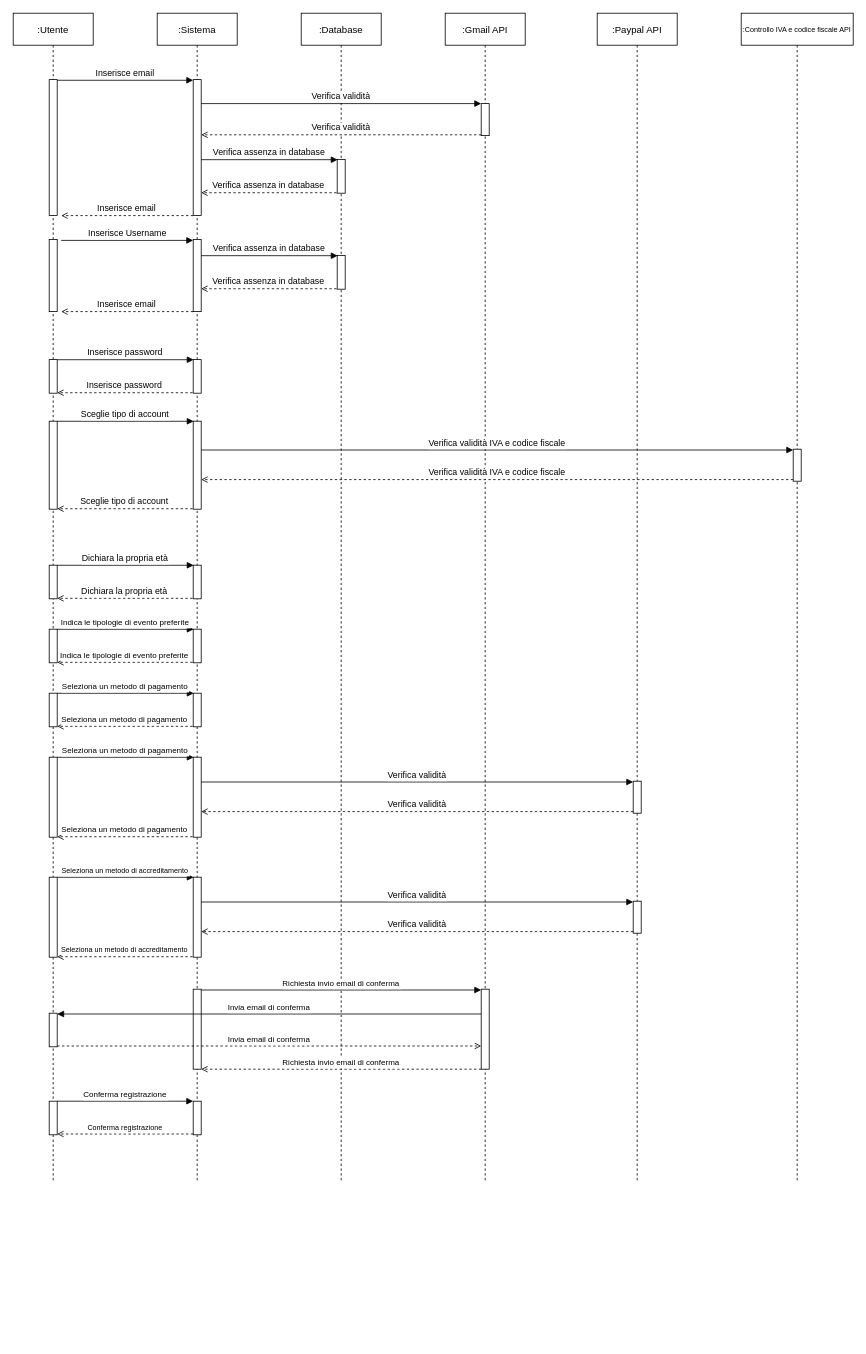
Earlier version of the draw.io diagram Sequence/RF2_Registrazione/Registrazione.drawio (4spot-team/documentation). Source tidied: cells renumbered, new cells numbered last; positions are measured from the earlier drawing's top-left corner, leaving out a move shared by most shapes. Both pictures are drawn from the tidied source at 80%, with x=0, y=0 at pixel (13, 13).
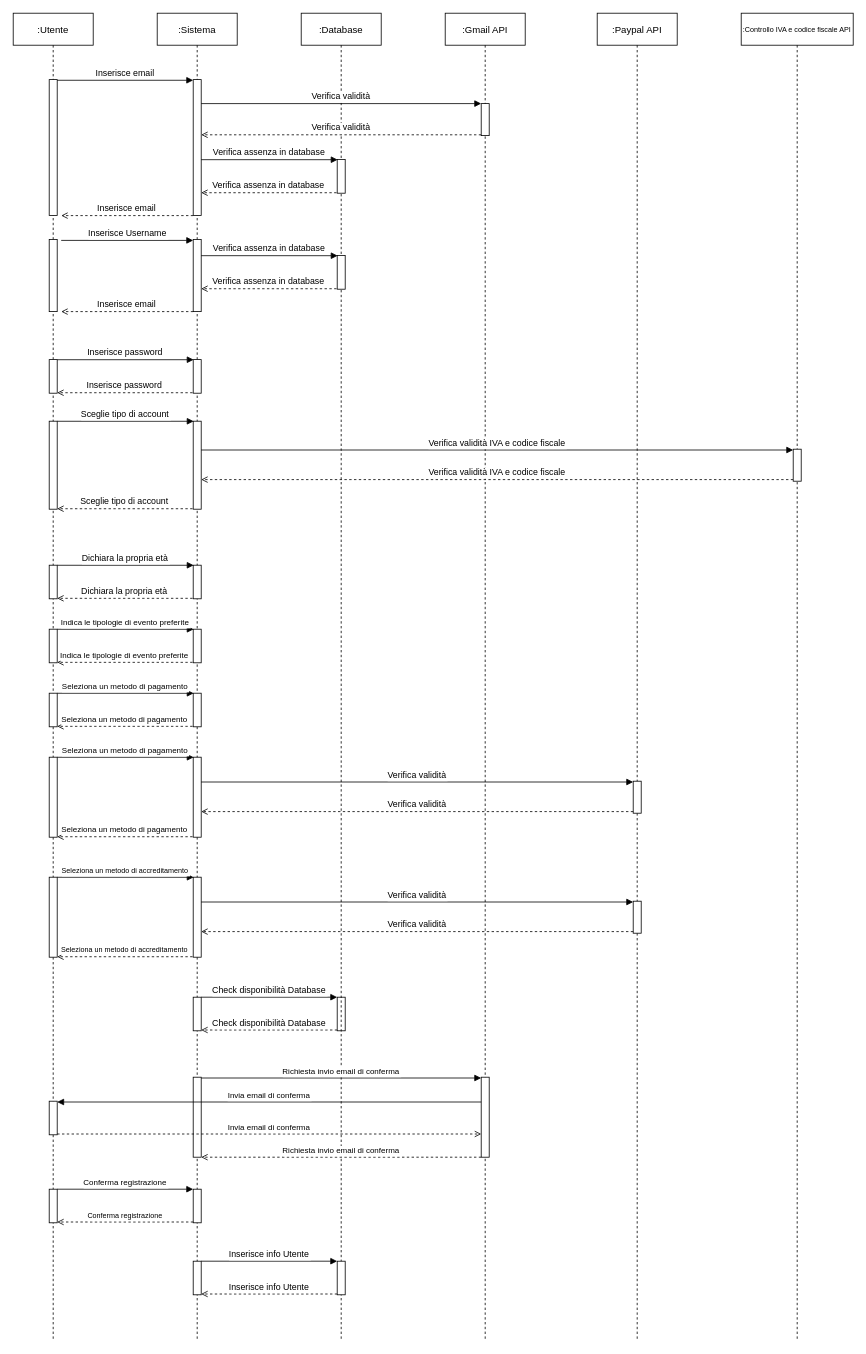
Above is the later version.

Commit message (it also covers changes not shown here):
Add Cambio Password and some adjustments.

What changed in the source:
```diff
@@
     <mxCell id="2" value=":Utente" style="shape=umlLifeline;perimeter=lifelinePerimeter;rounded=0;shadow=0;strokeWidth=1;" parent="1" vertex="1">
-      <mxGeometry width="100" height="1460" as="geometry" />
+      <mxGeometry width="100" height="1660" as="geometry" />
     </mxCell>
@@
     <mxCell id="24" style="perimeter=orthogonalPerimeter;rounded=0;shadow=0;strokeWidth=1;" parent="2" vertex="1">
-      <mxGeometry x="45" y="1250" width="10" height="42" as="geometry" />
+      <mxGeometry x="45" y="1360" width="10" height="42" as="geometry" />
     </mxCell>
     <mxCell id="25" style="perimeter=orthogonalPerimeter;rounded=0;shadow=0;strokeWidth=1;" parent="2" vertex="1">
-      <mxGeometry x="45" y="1360" width="10" height="42" as="geometry" />
+      <mxGeometry x="45" y="1470" width="10" height="42" as="geometry" />
     </mxCell>
     <mxCell id="26" value=":Sistema" style="shape=umlLifeline;perimeter=lifelinePerimeter;rounded=0;shadow=0;strokeWidth=1;" parent="1" vertex="1">
-      <mxGeometry x="180" width="100" height="1460" as="geometry" />
+      <mxGeometry x="180" width="100" height="1660" as="geometry" />
     </mxCell>
@@
     <mxCell id="36" style="perimeter=orthogonalPerimeter;rounded=0;shadow=0;strokeWidth=1;" parent="26" vertex="1">
-      <mxGeometry x="45" y="1220" width="10" height="100" as="geometry" />
+      <mxGeometry x="45" y="1330" width="10" height="100" as="geometry" />
     </mxCell>
     <mxCell id="37" style="perimeter=orthogonalPerimeter;rounded=0;shadow=0;strokeWidth=1;" parent="26" vertex="1">
-      <mxGeometry x="45" y="1360" width="10" height="42" as="geometry" />
+      <mxGeometry x="45" y="1470" width="10" height="42" as="geometry" />
     </mxCell>
+    <mxCell id="73" style="perimeter=orthogonalPerimeter;rounded=0;shadow=0;strokeWidth=1;" parent="26" vertex="1">
+      <mxGeometry x="45" y="1560" width="10" height="42" as="geometry" />
+    </mxCell>
+    <mxCell id="74" value="Inserisce info Utente" style="verticalAlign=bottom;endArrow=block;shadow=0;strokeWidth=1;fontSize=11;" parent="26" edge="1">
+      <mxGeometry relative="1" as="geometry">
+        <mxPoint x="55" y="1560" as="sourcePoint" />
+        <mxPoint x="225" y="1560" as="targetPoint" />
+      </mxGeometry>
+    </mxCell>
+    <mxCell id="75" value="Inserisce info Utente" style="verticalAlign=bottom;endArrow=open;shadow=0;strokeWidth=1;endFill=0;dashed=1;fontSize=11;" parent="26" edge="1">
+      <mxGeometry relative="1" as="geometry">
+        <mxPoint x="225" y="1601" as="sourcePoint" />
+        <mxPoint x="55" y="1601" as="targetPoint" />
+      </mxGeometry>
+    </mxCell>
+    <mxCell id="76" style="perimeter=orthogonalPerimeter;rounded=0;shadow=0;strokeWidth=1;" parent="26" vertex="1">
+      <mxGeometry x="45" y="1230" width="10" height="42" as="geometry" />
+    </mxCell>
+    <mxCell id="77" value="Check disponibilità Database" style="verticalAlign=bottom;endArrow=block;shadow=0;strokeWidth=1;fontSize=11;" parent="26" edge="1">
+      <mxGeometry relative="1" as="geometry">
+        <mxPoint x="55" y="1230" as="sourcePoint" />
+        <mxPoint x="225" y="1230" as="targetPoint" />
+      </mxGeometry>
+    </mxCell>
+    <mxCell id="78" value="Check disponibilità Database" style="verticalAlign=bottom;endArrow=open;shadow=0;strokeWidth=1;endFill=0;dashed=1;fontSize=11;" parent="26" edge="1">
+      <mxGeometry relative="1" as="geometry">
+        <mxPoint x="225" y="1271" as="sourcePoint" />
+        <mxPoint x="55" y="1271" as="targetPoint" />
+      </mxGeometry>
+    </mxCell>
+    <mxCell id="79" style="perimeter=orthogonalPerimeter;rounded=0;shadow=0;strokeWidth=1;" parent="26" vertex="1">
+      <mxGeometry x="225" y="1230" width="10" height="42" as="geometry" />
+    </mxCell>
     <mxCell id="38" value=":Database" style="shape=umlLifeline;perimeter=lifelinePerimeter;rounded=0;shadow=0;strokeWidth=1;" parent="1" vertex="1">
-      <mxGeometry x="360" width="100" height="1460" as="geometry" />
+      <mxGeometry x="360" width="100" height="1660" as="geometry" />
     </mxCell>
@@
+    <mxCell id="80" style="perimeter=orthogonalPerimeter;rounded=0;shadow=0;strokeWidth=1;" parent="38" vertex="1">
+      <mxGeometry x="45" y="1560" width="10" height="42" as="geometry" />
+    </mxCell>
     <mxCell id="43" value=":Gmail API" style="shape=umlLifeline;perimeter=lifelinePerimeter;rounded=0;shadow=0;strokeWidth=1;" parent="1" vertex="1">
-      <mxGeometry x="540" width="100" height="1460" as="geometry" />
+      <mxGeometry x="540" width="100" height="1660" as="geometry" />
     </mxCell>
@@
     <mxCell id="46" style="points=[];perimeter=orthogonalPerimeter;rounded=0;shadow=0;strokeWidth=1;" parent="43" vertex="1">
-      <mxGeometry x="45" y="1220" width="10" height="100" as="geometry" />
+      <mxGeometry x="45" y="1330" width="10" height="100" as="geometry" />
     </mxCell>
@@
     <mxCell id="57" value=":Paypal API" style="shape=umlLifeline;perimeter=lifelinePerimeter;rounded=0;shadow=0;strokeWidth=1;" parent="1" vertex="1">
-      <mxGeometry x="730" width="100" height="1460" as="geometry" />
+      <mxGeometry x="730" width="100" height="1660" as="geometry" />
     </mxCell>
@@
     <mxCell id="64" value=":Controllo IVA e codice fiscale API" style="shape=umlLifeline;perimeter=lifelinePerimeter;rounded=0;shadow=0;strokeWidth=1;fontSize=9;verticalAlign=middle;" parent="1" vertex="1">
-      <mxGeometry x="910" width="140" height="1460" as="geometry" />
+      <mxGeometry x="910" width="140" height="1660" as="geometry" />
     </mxCell>
@@
     <mxCell id="67" value="Invia email di conferma" style="verticalAlign=bottom;endArrow=block;shadow=0;strokeWidth=1;fontSize=10;" parent="1" edge="1" source="46">
       <mxGeometry relative="1" as="geometry">
-        <mxPoint x="55" y="1251" as="targetPoint" />
+        <mxPoint x="55" y="1361" as="targetPoint" />
       </mxGeometry>
     </mxCell>
     <mxCell id="68" value="Invia email di conferma" style="verticalAlign=bottom;endArrow=open;shadow=0;strokeWidth=1;endFill=0;dashed=1;fontSize=10;" parent="1" edge="1" target="46">
       <mxGeometry relative="1" as="geometry">
-        <mxPoint x="55" y="1291" as="sourcePoint" />
+        <mxPoint x="55" y="1401" as="sourcePoint" />
       </mxGeometry>
     </mxCell>
     <mxCell id="69" value="Richiesta invio email di conferma" style="verticalAlign=bottom;endArrow=block;shadow=0;strokeWidth=1;fontSize=10;" parent="1" edge="1">
       <mxGeometry relative="1" as="geometry">
-        <mxPoint x="235" y="1221" as="sourcePoint" />
-        <mxPoint x="585" y="1221" as="targetPoint" />
+        <mxPoint x="235" y="1331" as="sourcePoint" />
+        <mxPoint x="585" y="1331" as="targetPoint" />
       </mxGeometry>
     </mxCell>
     <mxCell id="70" value="Richiesta invio email di conferma" style="verticalAlign=bottom;endArrow=open;shadow=0;strokeWidth=1;endFill=0;dashed=1;fontSize=10;" parent="1" edge="1">
       <mxGeometry relative="1" as="geometry">
-        <mxPoint x="585" y="1320" as="sourcePoint" />
-        <mxPoint x="235" y="1320" as="targetPoint" />
+        <mxPoint x="585" y="1430" as="sourcePoint" />
+        <mxPoint x="235" y="1430" as="targetPoint" />
       </mxGeometry>
     </mxCell>
     <mxCell id="71" value="Conferma registrazione" style="verticalAlign=bottom;endArrow=block;shadow=0;strokeWidth=1;fontSize=10;" parent="1" edge="1">
       <mxGeometry relative="1" as="geometry">
-        <mxPoint x="55" y="1360" as="sourcePoint" />
-        <mxPoint x="225" y="1360" as="targetPoint" />
+        <mxPoint x="55" y="1470" as="sourcePoint" />
+        <mxPoint x="225" y="1470" as="targetPoint" />
       </mxGeometry>
     </mxCell>
     <mxCell id="72" value="Conferma registrazione" style="verticalAlign=bottom;endArrow=open;shadow=0;strokeWidth=1;endFill=0;dashed=1;fontSize=9;" parent="1" edge="1">
       <mxGeometry relative="1" as="geometry">
-        <mxPoint x="225" y="1401" as="sourcePoint" />
-        <mxPoint x="55" y="1401" as="targetPoint" />
+        <mxPoint x="225" y="1511" as="sourcePoint" />
+        <mxPoint x="55" y="1511" as="targetPoint" />
       </mxGeometry>
     </mxCell>
```
